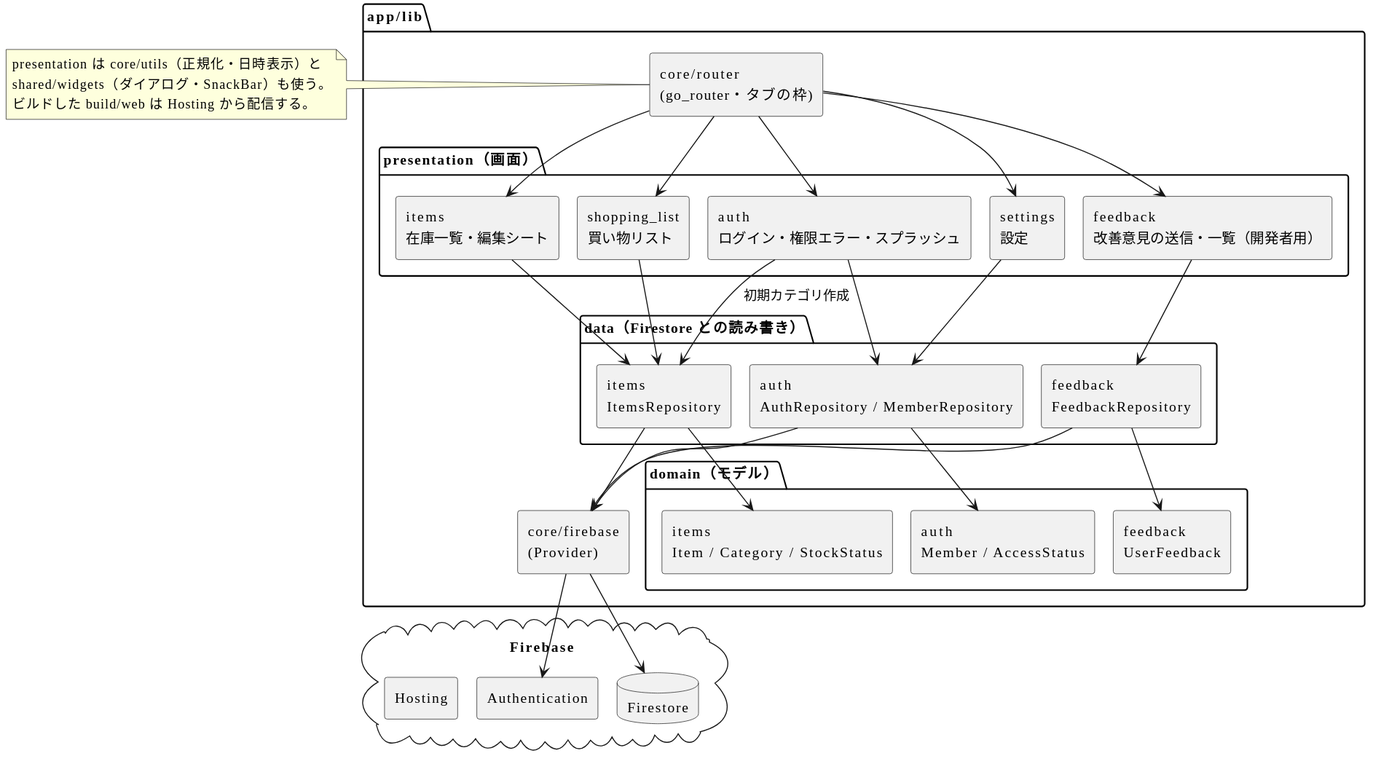
This is design/architecture/diagrams/components.svg from LASC-SINCE2015/LivingManager, a PlantUML export, as it was before one commit.
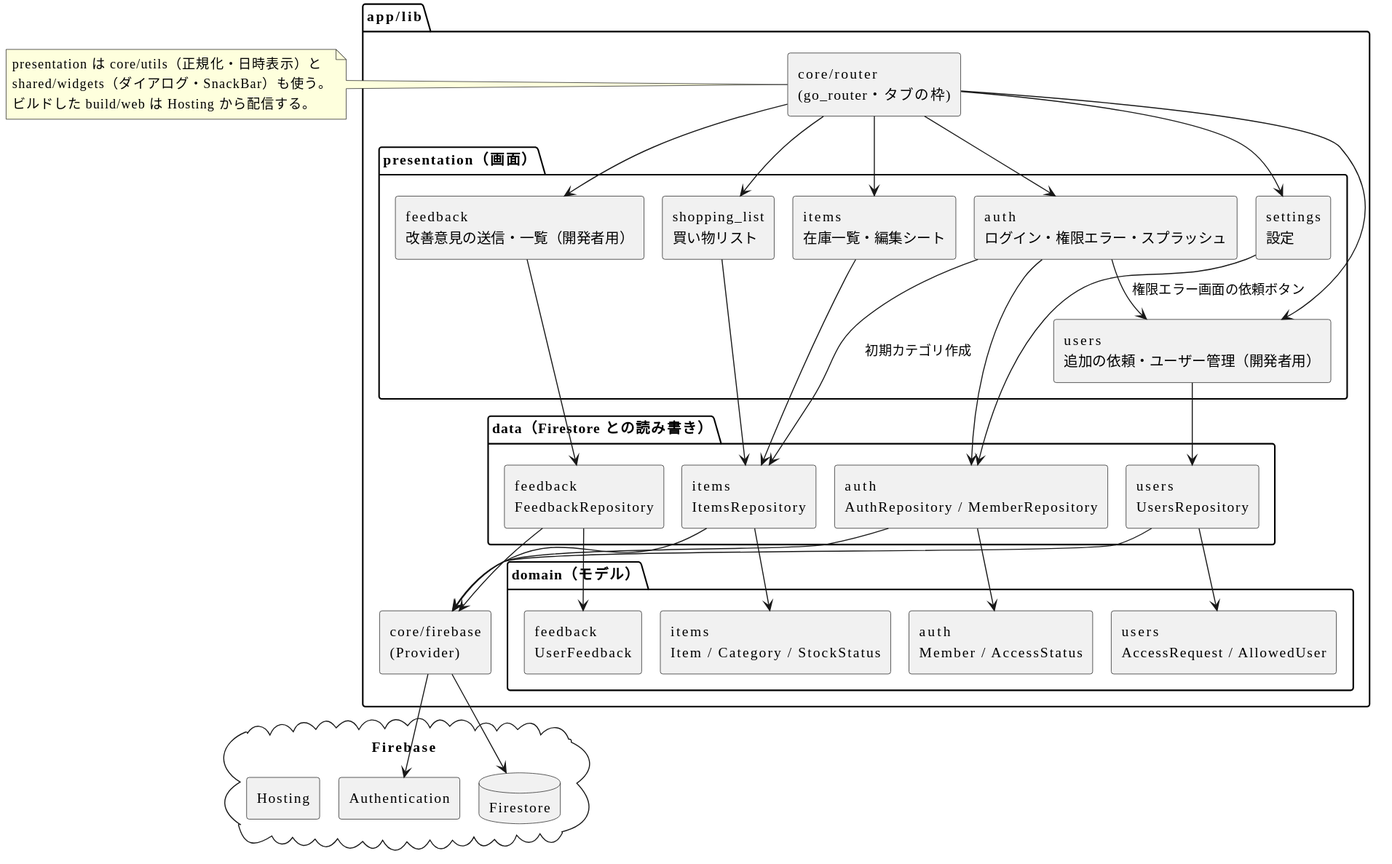
Above is the later version.

Diff of the diagram source:
```diff
@@ -13,18 +13,21 @@
     [shopping_list\n買い物リスト] as shopP
     [settings\n設定] as setP
     [feedback\n改善意見の送信・一覧（開発者用）] as fbP
+    [users\n追加の依頼・ユーザー管理（開発者用）] as usersP
   }
 
   package "data（Firestore との読み書き）" {
     [auth\nAuthRepository / MemberRepository] as authD
     [items\nItemsRepository] as itemsD
     [feedback\nFeedbackRepository] as fbD
+    [users\nUsersRepository] as usersD
   }
 
   package "domain（モデル）" {
     [auth\nMember / AccessStatus] as authM
     [items\nItem / Category / StockStatus] as itemsM
     [feedback\nUserFeedback] as fbM
+    [users\nAccessRequest / AllowedUser] as usersM
   }
 
   [core/firebase\n(Provider)] as fbp
@@ -41,6 +44,7 @@
 router --> shopP
 router --> setP
 router --> fbP
+router --> usersP
 
 authP --> authD
 authP --> itemsD : 初期カテゴリ作成
@@ -48,14 +52,18 @@
 shopP --> itemsD
 setP --> authD
 fbP --> fbD
+authP --> usersP : 権限エラー画面の依頼ボタン
+usersP --> usersD
 
 authD --> authM
 itemsD --> itemsM
 fbD --> fbM
+usersD --> usersM
 
 authD --> fbp
 itemsD --> fbp
 fbD --> fbp
+usersD --> fbp
 fbp --> auth
 fbp --> fs
 
```
